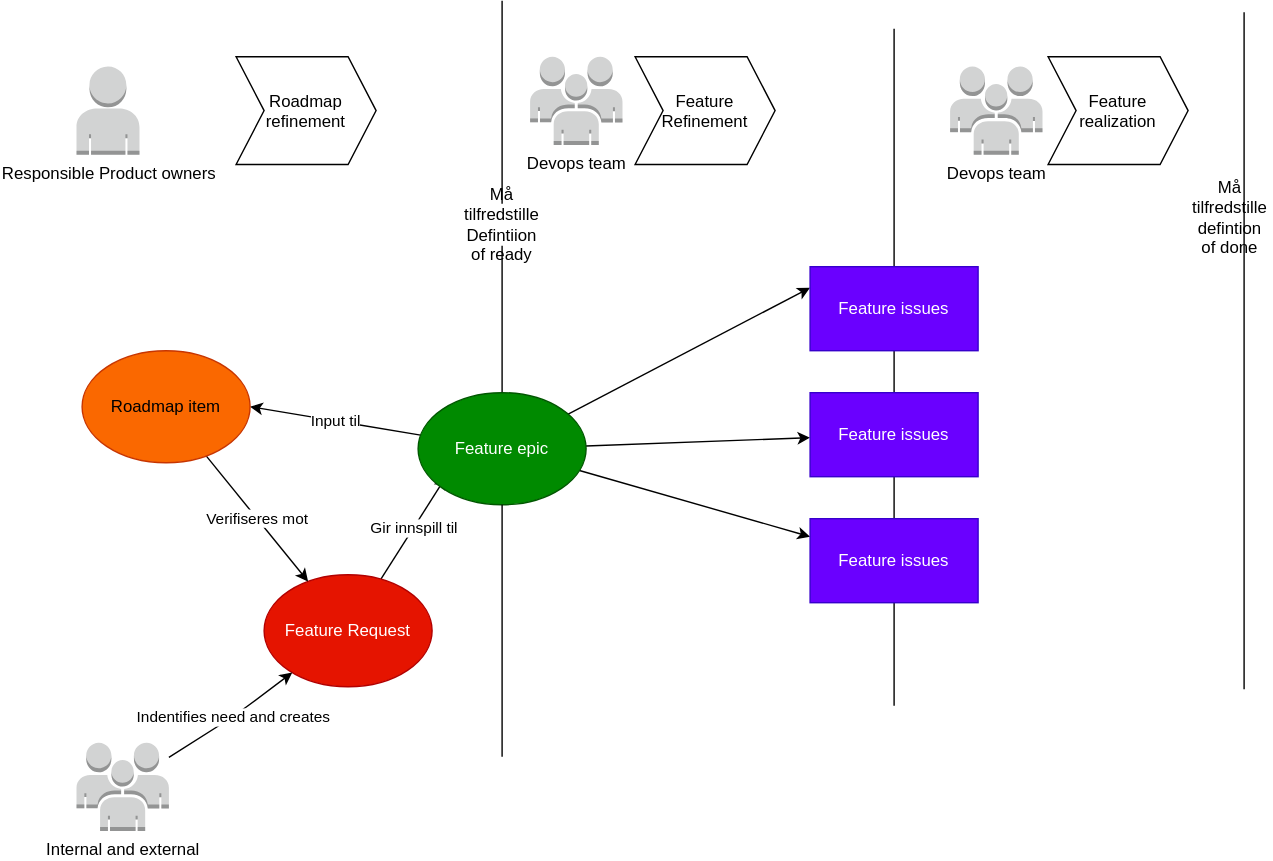
Earlier version of the draw.io export content/community/devops/roadmapprocess/roadmapprocess.drawio.svg (Altinn/altinn-studio-docs). Source tidied: cells renumbered, new cells last; positions are measured from the earlier drawing's top-left corner, leaving out a move shared by most shapes.
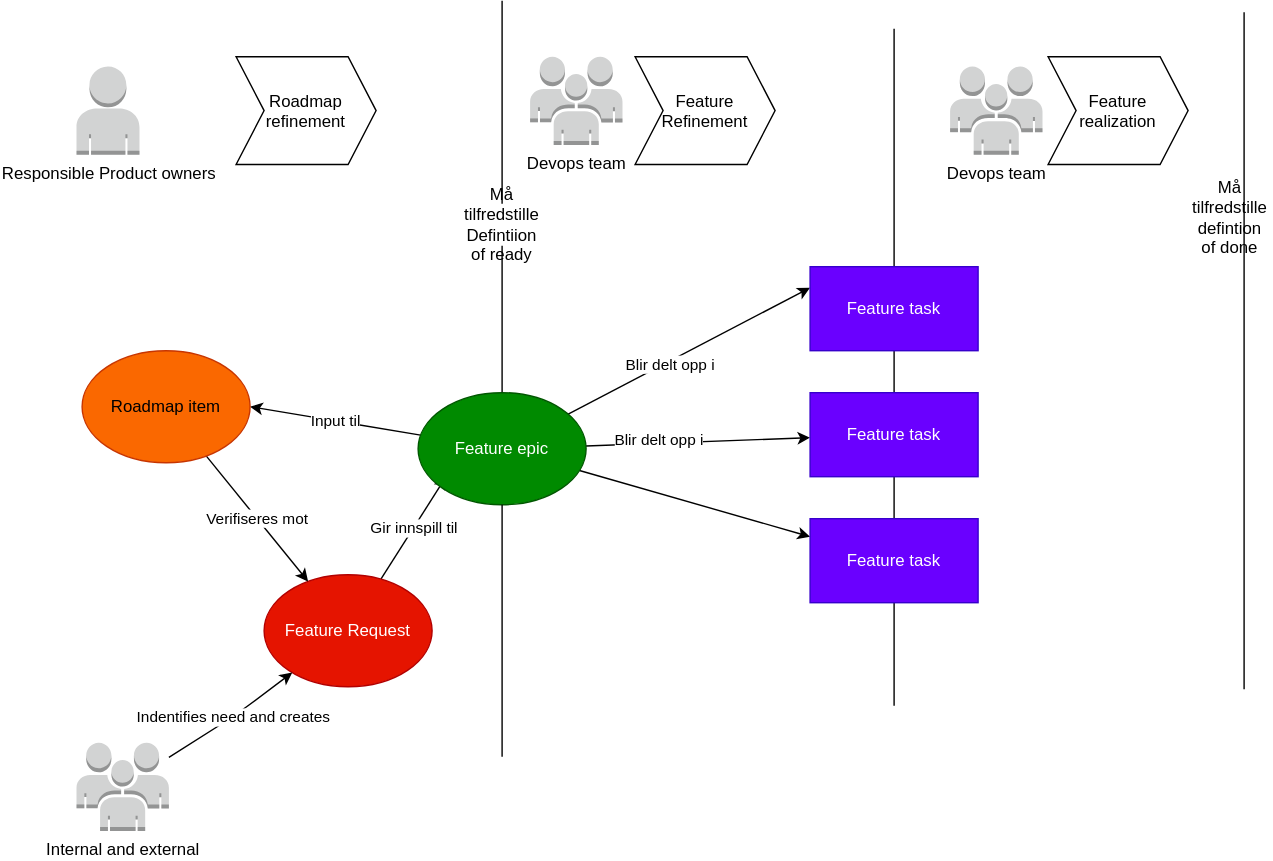
After the commit.

The edit, as a diff of the source:
```diff
@@ -55,19 +55,25 @@
     <mxCell id="15" style="edgeStyle=none;html=1;entryX=0;entryY=0.25;entryDx=0;entryDy=0;" parent="1" edge="1" source="25" target="18">
       <mxGeometry relative="1" as="geometry" />
     </mxCell>
+    <mxCell id="29" value="Blir delt opp i" style="edgeLabel;html=1;align=center;verticalAlign=middle;" parent="15" vertex="1">
+      <mxGeometry x="-0.17" y="-2" relative="1" as="geometry" />
+    </mxCell>
     <mxCell id="16" style="edgeStyle=none;html=1;" parent="1" edge="1" source="25" target="20">
       <mxGeometry relative="1" as="geometry" />
     </mxCell>
+    <mxCell id="30" value="Blir delt opp i" style="edgeLabel;html=1;align=center;verticalAlign=middle;" parent="16" vertex="1">
+      <mxGeometry x="-0.35" y="3" relative="1" as="geometry" />
+    </mxCell>
     <mxCell id="17" style="edgeStyle=none;html=1;" parent="1" edge="1" source="25" target="19">
       <mxGeometry relative="1" as="geometry" />
     </mxCell>
-    <mxCell id="18" value="Feature issues" style="rounded=0;whiteSpace=wrap;html=1;fillColor=#6a00ff;fontColor=#ffffff;strokeColor=#3700CC;" parent="1" vertex="1">
+    <mxCell id="18" value="Feature task" style="rounded=0;whiteSpace=wrap;html=1;fillColor=#6a00ff;fontColor=#ffffff;strokeColor=#3700CC;" parent="1" vertex="1">
       <mxGeometry x="524" y="190" width="120" height="60" as="geometry" />
     </mxCell>
-    <mxCell id="19" value="Feature issues" style="rounded=0;whiteSpace=wrap;html=1;fillColor=#6a00ff;fontColor=#ffffff;strokeColor=#3700CC;" parent="1" vertex="1">
+    <mxCell id="19" value="Feature task" style="rounded=0;whiteSpace=wrap;html=1;fillColor=#6a00ff;fontColor=#ffffff;strokeColor=#3700CC;" parent="1" vertex="1">
       <mxGeometry x="524" y="370" width="120" height="60" as="geometry" />
     </mxCell>
-    <mxCell id="20" value="Feature issues" style="rounded=0;whiteSpace=wrap;html=1;fillColor=#6a00ff;fontColor=#ffffff;strokeColor=#3700CC;" parent="1" vertex="1">
+    <mxCell id="20" value="Feature task" style="rounded=0;whiteSpace=wrap;html=1;fillColor=#6a00ff;fontColor=#ffffff;strokeColor=#3700CC;" parent="1" vertex="1">
       <mxGeometry x="524" y="280" width="120" height="60" as="geometry" />
     </mxCell>
     <mxCell id="21" value="Må tilfredstille Defintiion of ready" style="text;html=1;strokeColor=none;fillColor=none;align=center;verticalAlign=middle;whiteSpace=wrap;rounded=0;" parent="1" vertex="1">
```
